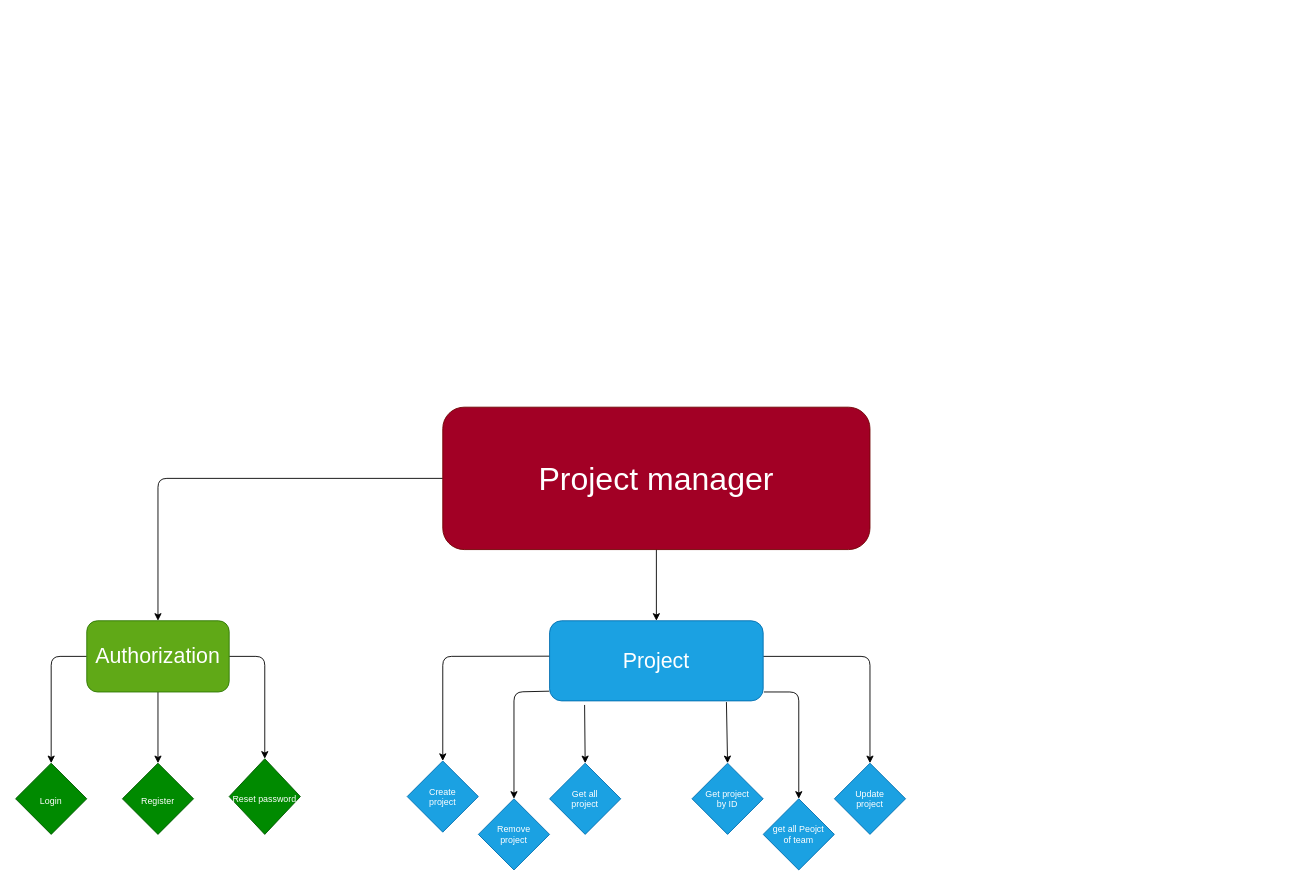
Earlier version of the draw.io diagram example/project.Drawio (AmirhossienGhodratnema/Project-management). Source tidied: cells renumbered, new cells numbered last; positions are measured from the earlier drawing's top-left corner, leaving out a move shared by most shapes. Both pictures are drawn from the tidied source at 89%, with x=0, y=0 at pixel (15, 407).
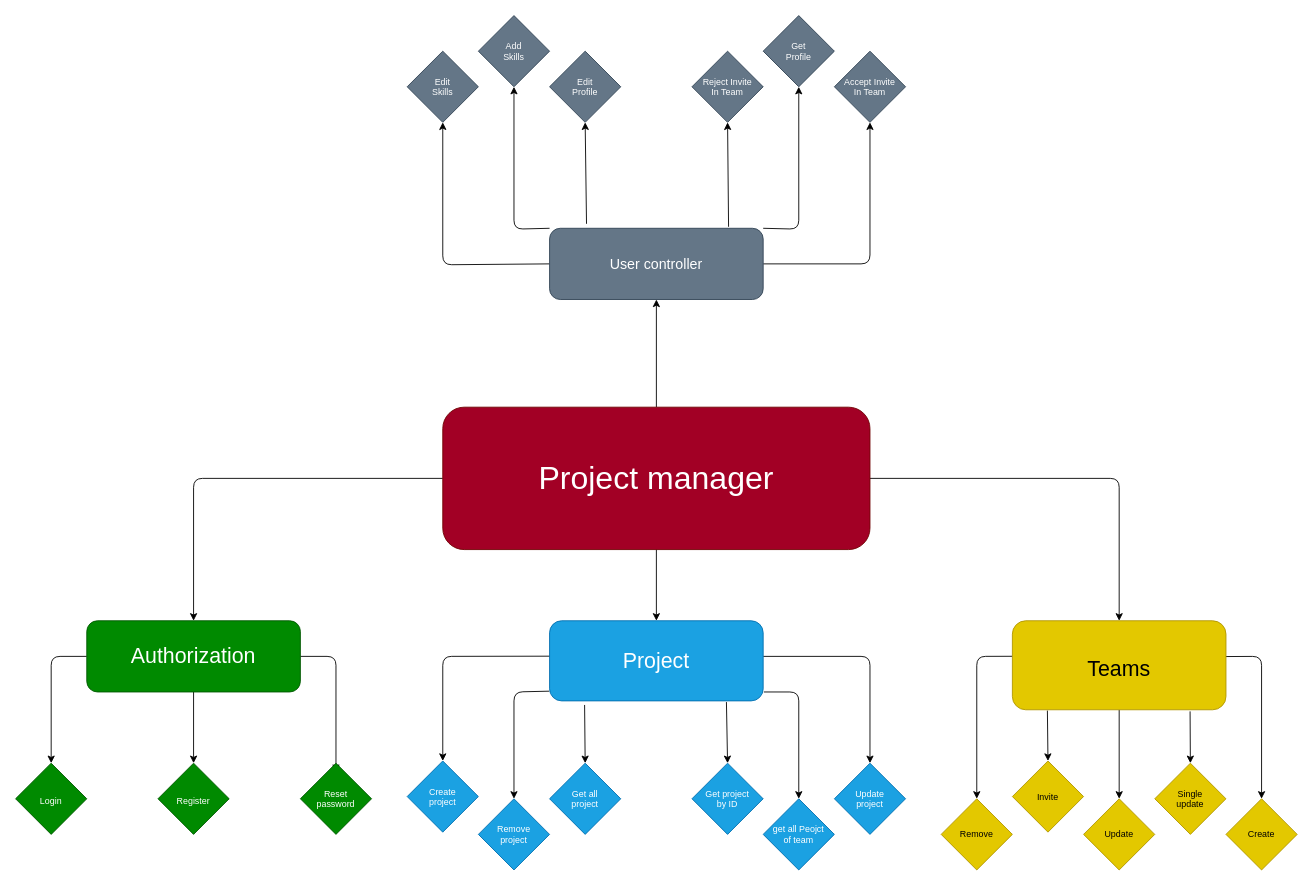
The same diagram, later.

Commit message (it also covers changes not shown here):
User controller patern

Unchanged cells that the change refers to:
```xml
<mxCell id="2" value="&lt;font style=&quot;font-size: 10px;&quot;&gt;Login&lt;/font&gt;" style="rhombus;whiteSpace=wrap;html=1;fontSize=18;fillColor=#008a00;fontColor=#ffffff;strokeColor=#005700;" parent="1" vertex="1">
  <mxGeometry y="400" width="80" height="80" as="geometry" />
</mxCell>
<mxCell id="7" value="&lt;font style=&quot;font-size: 36px;&quot;&gt;Project manager&lt;/font&gt;" style="rounded=1;whiteSpace=wrap;html=1;fillColor=#a20025;strokeColor=#6F0000;fontColor=#ffffff;" parent="1" vertex="1">
  <mxGeometry x="480" width="480" height="160" as="geometry" />
</mxCell>
```

The edit, as a diff of the source:
```diff
@@
     <mxCell id="3" value="&lt;font style=&quot;font-size: 10px;&quot;&gt;Register&lt;/font&gt;" style="rhombus;whiteSpace=wrap;html=1;fontSize=18;fillColor=#008a00;fontColor=#ffffff;strokeColor=#005700;" parent="1" vertex="1">
-      <mxGeometry x="120" y="400" width="80" height="80" as="geometry" />
+      <mxGeometry x="160" y="400" width="80" height="80" as="geometry" />
     </mxCell>
-    <mxCell id="4" value="&lt;font style=&quot;font-size: 10px;&quot;&gt;Reset password&lt;/font&gt;" style="rhombus;whiteSpace=wrap;html=1;fontSize=18;fillColor=#008a00;fontColor=#ffffff;strokeColor=#005700;" parent="1" vertex="1">
-      <mxGeometry x="240" y="395" width="80" height="85" as="geometry" />
-    </mxCell>
     <mxCell id="5" style="edgeStyle=none;html=1;exitX=0;exitY=0.5;exitDx=0;exitDy=0;entryX=0.5;entryY=0;entryDx=0;entryDy=0;" parent="1" edge="1" source="7" target="11">
       <mxGeometry relative="1" as="geometry">
         <Array as="points">
-          <mxPoint x="160" y="80" />
+          <mxPoint x="200" y="80" />
         </Array>
       </mxGeometry>
     </mxCell>
@@
+    <mxCell id="25" style="edgeStyle=none;html=1;entryX=0.5;entryY=0;entryDx=0;entryDy=0;fontSize=36;" parent="1" edge="1" source="7" target="32">
+      <mxGeometry relative="1" as="geometry">
+        <Array as="points">
+          <mxPoint x="1240" y="80" />
+        </Array>
+      </mxGeometry>
+    </mxCell>
+    <mxCell id="26" style="edgeStyle=none;html=1;exitX=0.5;exitY=0;exitDx=0;exitDy=0;fontSize=10;" parent="1" edge="1" source="7" target="44">
+      <mxGeometry relative="1" as="geometry" />
+    </mxCell>
@@
-    <mxCell id="8" style="edgeStyle=none;html=1;entryX=0.5;entryY=0;entryDx=0;entryDy=0;fontSize=24;" parent="1" edge="1" source="11" target="4">
+    <mxCell id="8" style="edgeStyle=none;html=1;entryX=0.5;entryY=0;entryDx=0;entryDy=0;fontSize=24;" parent="1" edge="1" source="11">
       <mxGeometry relative="1" as="geometry">
+        <mxPoint x="360" y="410" as="targetPoint" />
         <Array as="points">
-          <mxPoint x="280" y="280" />
+          <mxPoint x="360" y="280" />
         </Array>
       </mxGeometry>
     </mxCell>
+    <mxCell id="10" style="edgeStyle=none;html=1;exitX=0.5;exitY=1;exitDx=0;exitDy=0;entryX=0.5;entryY=0;entryDx=0;entryDy=0;fontSize=24;" parent="1" edge="1" source="11" target="3">
+      <mxGeometry relative="1" as="geometry" />
+    </mxCell>
-    <mxCell id="9" style="edgeStyle=none;html=1;entryX=0.5;entryY=0;entryDx=0;entryDy=0;fontSize=24;" parent="1" edge="1" source="11" target="2">
+    <mxCell id="9" style="edgeStyle=none;html=1;entryX=0.5;entryY=0;entryDx=0;entryDy=0;fontSize=24;exitX=0;exitY=0.5;exitDx=0;exitDy=0;" parent="1" edge="1" source="11" target="2">
       <mxGeometry relative="1" as="geometry">
         <Array as="points">
           <mxPoint x="40" y="280" />
         </Array>
       </mxGeometry>
     </mxCell>
-    <mxCell id="10" style="edgeStyle=none;html=1;exitX=0.5;exitY=1;exitDx=0;exitDy=0;entryX=0.5;entryY=0;entryDx=0;entryDy=0;fontSize=24;" parent="1" edge="1" source="11" target="3">
-      <mxGeometry relative="1" as="geometry" />
-    </mxCell>
-    <mxCell id="11" value="Authorization" style="rounded=1;whiteSpace=wrap;html=1;fontSize=24;fillColor=#60a917;fontColor=#ffffff;strokeColor=#2D7600;" parent="1" vertex="1">
-      <mxGeometry x="80" y="240" width="160" height="80" as="geometry" />
+    <mxCell id="11" value="Authorization" style="rounded=1;whiteSpace=wrap;html=1;fontSize=24;fillColor=#008a00;fontColor=#ffffff;strokeColor=#005700;" parent="1" vertex="1">
+      <mxGeometry x="80" y="240" width="240" height="80" as="geometry" />
     </mxCell>
@@
+    <mxCell id="27" style="edgeStyle=none;html=1;fontSize=10;exitX=-0.001;exitY=0.399;exitDx=0;exitDy=0;exitPerimeter=0;" parent="1" edge="1" source="32" target="35">
+      <mxGeometry relative="1" as="geometry">
+        <Array as="points">
+          <mxPoint x="1080" y="280" />
+        </Array>
+      </mxGeometry>
+    </mxCell>
+    <mxCell id="28" style="edgeStyle=none;html=1;exitX=0.164;exitY=1.009;exitDx=0;exitDy=0;entryX=0.5;entryY=0;entryDx=0;entryDy=0;fontSize=10;exitPerimeter=0;" parent="1" edge="1" source="32" target="34">
+      <mxGeometry relative="1" as="geometry" />
+    </mxCell>
+    <mxCell id="29" style="edgeStyle=none;html=1;entryX=0.5;entryY=0;entryDx=0;entryDy=0;fontSize=10;" parent="1" edge="1" source="32" target="36">
+      <mxGeometry relative="1" as="geometry" />
+    </mxCell>
+    <mxCell id="30" style="edgeStyle=none;html=1;exitX=0.832;exitY=1.018;exitDx=0;exitDy=0;entryX=0.5;entryY=0;entryDx=0;entryDy=0;fontSize=10;exitPerimeter=0;" parent="1" edge="1" source="32" target="37">
+      <mxGeometry relative="1" as="geometry" />
+    </mxCell>
+    <mxCell id="31" style="edgeStyle=none;html=1;entryX=0.5;entryY=0;entryDx=0;entryDy=0;fontSize=10;exitX=0.996;exitY=0.402;exitDx=0;exitDy=0;exitPerimeter=0;" parent="1" edge="1" source="32" target="33">
+      <mxGeometry relative="1" as="geometry">
+        <Array as="points">
+          <mxPoint x="1400" y="280" />
+        </Array>
+      </mxGeometry>
+    </mxCell>
+    <mxCell id="32" value="&lt;font style=&quot;font-size: 24px;&quot;&gt;Teams&lt;/font&gt;" style="rounded=1;whiteSpace=wrap;html=1;fontSize=36;fillColor=#e3c800;fontColor=#000000;strokeColor=#B09500;" parent="1" vertex="1">
+      <mxGeometry x="1120" y="240" width="240" height="100" as="geometry" />
+    </mxCell>
+    <mxCell id="4" value="Reset&lt;br&gt;password" style="rhombus;whiteSpace=wrap;html=1;fontSize=10;fillColor=#008a00;fontColor=#ffffff;strokeColor=#005700;" parent="1" vertex="1">
+      <mxGeometry x="320" y="400" width="80" height="80" as="geometry" />
+    </mxCell>
+    <mxCell id="33" value="Create" style="rhombus;whiteSpace=wrap;html=1;fontSize=10;fillColor=#e3c800;fontColor=#000000;strokeColor=#B09500;" parent="1" vertex="1">
+      <mxGeometry x="1360" y="440" width="80" height="80" as="geometry" />
+    </mxCell>
+    <mxCell id="34" value="Invite" style="rhombus;whiteSpace=wrap;html=1;fontSize=10;fillColor=#e3c800;fontColor=#000000;strokeColor=#B09500;" parent="1" vertex="1">
+      <mxGeometry x="1120" y="397.5" width="80" height="80" as="geometry" />
+    </mxCell>
+    <mxCell id="35" value="Remove" style="rhombus;whiteSpace=wrap;html=1;fontSize=10;fillColor=#e3c800;fontColor=#000000;strokeColor=#B09500;" parent="1" vertex="1">
+      <mxGeometry x="1040" y="440" width="80" height="80" as="geometry" />
+    </mxCell>
+    <mxCell id="36" value="Update" style="rhombus;whiteSpace=wrap;html=1;fontSize=10;fillColor=#e3c800;fontColor=#000000;strokeColor=#B09500;" parent="1" vertex="1">
+      <mxGeometry x="1200" y="440" width="80" height="80" as="geometry" />
+    </mxCell>
+    <mxCell id="37" value="Single&lt;br&gt;update" style="rhombus;whiteSpace=wrap;html=1;fontSize=10;fillColor=#e3c800;fontColor=#000000;strokeColor=#B09500;" parent="1" vertex="1">
+      <mxGeometry x="1280" y="400" width="80" height="80" as="geometry" />
+    </mxCell>
+    <mxCell id="38" style="edgeStyle=none;html=1;entryX=0.5;entryY=1;entryDx=0;entryDy=0;fontSize=10;exitX=0;exitY=0.5;exitDx=0;exitDy=0;" parent="1" edge="1" source="44" target="48">
+      <mxGeometry relative="1" as="geometry">
+        <Array as="points">
+          <mxPoint x="480" y="-160" />
+        </Array>
+      </mxGeometry>
+    </mxCell>
+    <mxCell id="39" style="edgeStyle=none;html=1;exitX=0;exitY=0;exitDx=0;exitDy=0;entryX=0.5;entryY=1;entryDx=0;entryDy=0;fontSize=10;" parent="1" edge="1" source="44" target="47">
+      <mxGeometry relative="1" as="geometry">
+        <Array as="points">
+          <mxPoint x="560" y="-200" />
+        </Array>
+      </mxGeometry>
+    </mxCell>
+    <mxCell id="40" style="edgeStyle=none;html=1;exitX=0.173;exitY=-0.063;exitDx=0;exitDy=0;entryX=0.5;entryY=1;entryDx=0;entryDy=0;fontSize=10;exitPerimeter=0;" parent="1" edge="1" source="44" target="46">
+      <mxGeometry relative="1" as="geometry" />
+    </mxCell>
+    <mxCell id="41" style="edgeStyle=none;html=1;entryX=0.5;entryY=1;entryDx=0;entryDy=0;fontSize=10;exitX=1;exitY=0.5;exitDx=0;exitDy=0;" parent="1" edge="1" source="44" target="49">
+      <mxGeometry relative="1" as="geometry">
+        <Array as="points">
+          <mxPoint x="960" y="-161" />
+        </Array>
+      </mxGeometry>
+    </mxCell>
+    <mxCell id="42" style="edgeStyle=none;html=1;exitX=1;exitY=0;exitDx=0;exitDy=0;entryX=0.5;entryY=1;entryDx=0;entryDy=0;fontSize=10;" parent="1" edge="1" source="44" target="45">
+      <mxGeometry relative="1" as="geometry">
+        <Array as="points">
+          <mxPoint x="880" y="-200" />
+        </Array>
+      </mxGeometry>
+    </mxCell>
+    <mxCell id="43" style="edgeStyle=none;html=1;exitX=0.838;exitY=-0.021;exitDx=0;exitDy=0;entryX=0.5;entryY=1;entryDx=0;entryDy=0;fontSize=10;exitPerimeter=0;" parent="1" edge="1" source="44" target="50">
+      <mxGeometry relative="1" as="geometry" />
+    </mxCell>
+    <mxCell id="44" value="&lt;font size=&quot;3&quot;&gt;User controller&lt;/font&gt;" style="rounded=1;whiteSpace=wrap;html=1;fontSize=10;fillColor=#647687;fontColor=#ffffff;strokeColor=#314354;" parent="1" vertex="1">
+      <mxGeometry x="600" y="-201" width="240" height="80" as="geometry" />
+    </mxCell>
+    <mxCell id="45" value="Get&lt;br&gt;Profile" style="rhombus;whiteSpace=wrap;html=1;fontSize=10;fillColor=#647687;fontColor=#ffffff;strokeColor=#314354;" parent="1" vertex="1">
+      <mxGeometry x="840" y="-440" width="80" height="80" as="geometry" />
+    </mxCell>
+    <mxCell id="46" value="Edit&lt;br&gt;Profile" style="rhombus;whiteSpace=wrap;html=1;fontSize=10;fillColor=#647687;fontColor=#ffffff;strokeColor=#314354;" parent="1" vertex="1">
+      <mxGeometry x="600" y="-400" width="80" height="80" as="geometry" />
+    </mxCell>
+    <mxCell id="47" value="Add&lt;br&gt;Skills" style="rhombus;whiteSpace=wrap;html=1;fontSize=10;fillColor=#647687;fontColor=#ffffff;strokeColor=#314354;" parent="1" vertex="1">
+      <mxGeometry x="520" y="-440" width="80" height="80" as="geometry" />
+    </mxCell>
+    <mxCell id="48" value="Edit&lt;br&gt;Skills" style="rhombus;whiteSpace=wrap;html=1;fontSize=10;fillColor=#647687;fontColor=#ffffff;strokeColor=#314354;" parent="1" vertex="1">
+      <mxGeometry x="440" y="-400" width="80" height="80" as="geometry" />
+    </mxCell>
+    <mxCell id="49" value="Accept Invite&lt;br&gt;In Team" style="rhombus;whiteSpace=wrap;html=1;fontSize=10;fillColor=#647687;fontColor=#ffffff;strokeColor=#314354;" parent="1" vertex="1">
+      <mxGeometry x="920" y="-400" width="80" height="80" as="geometry" />
+    </mxCell>
+    <mxCell id="50" value="Reject Invite&lt;br&gt;In Team" style="rhombus;whiteSpace=wrap;html=1;fontSize=10;fillColor=#647687;fontColor=#ffffff;strokeColor=#314354;" parent="1" vertex="1">
+      <mxGeometry x="760" y="-400" width="80" height="80" as="geometry" />
+    </mxCell>
```
